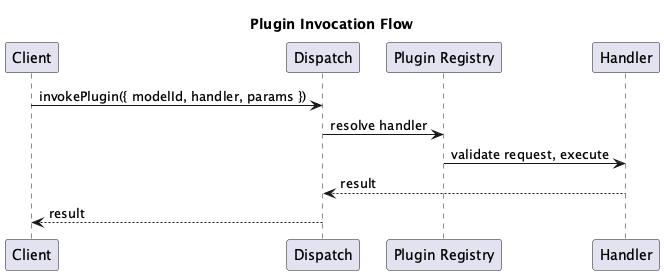
Earlier version of the PlantUML export docs/architecture/puml/images/04-plugin-invocation-flow.png (tetherto/qvac). The source it was exported from:
```plantuml
@startuml
title Plugin Invocation Flow

participant "Client" as Client
participant "Dispatch" as Dispatch
participant "Plugin Registry" as PluginReg
participant "Handler" as Handler

Client -> Dispatch : invokePlugin({ modelId, handler, params })
Dispatch -> PluginReg : resolve handler
PluginReg -> Handler : validate request, execute
Handler --> Dispatch : result
Dispatch --> Client : result

@enduml
```
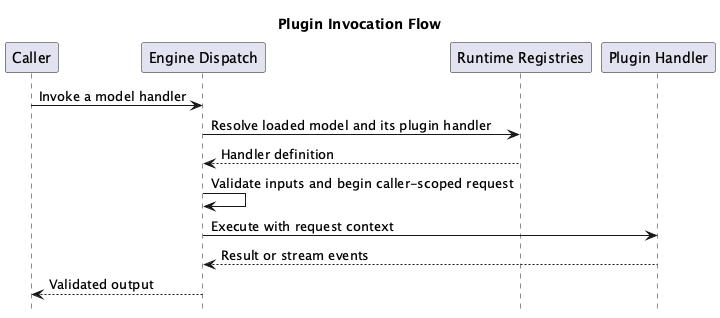
Above is the later version.

Change to the diagram source:
```diff
@@ -1,15 +1,17 @@
 @startuml
 title Plugin Invocation Flow
+hide footbox
 
-participant "Client" as Client
-participant "Dispatch" as Dispatch
-participant "Plugin Registry" as PluginReg
-participant "Handler" as Handler
+participant "Caller" as Caller
+participant "Engine Dispatch" as Dispatch
+participant "Runtime Registries" as State
+participant "Plugin Handler" as Handler
 
-Client -> Dispatch : invokePlugin({ modelId, handler, params })
-Dispatch -> PluginReg : resolve handler
-PluginReg -> Handler : validate request, execute
-Handler --> Dispatch : result
-Dispatch --> Client : result
-
+Caller -> Dispatch : Invoke a model handler
+Dispatch -> State : Resolve loaded model and its plugin handler
+State --> Dispatch : Handler definition
+Dispatch -> Dispatch : Validate inputs and begin caller-scoped request
+Dispatch -> Handler : Execute with request context
+Handler --> Dispatch : Result or stream events
+Dispatch --> Caller : Validated output
 @enduml
```
